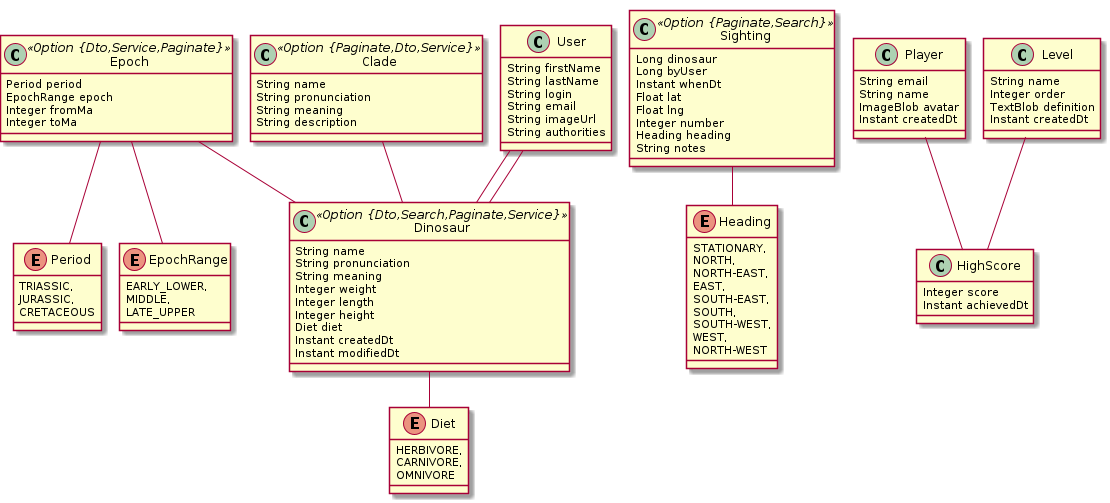
RatJuggler/jhipster-jdl keeps this PlantUML diagram as jhipster-microservice-dinosaurs.png. Above is the earlier version.
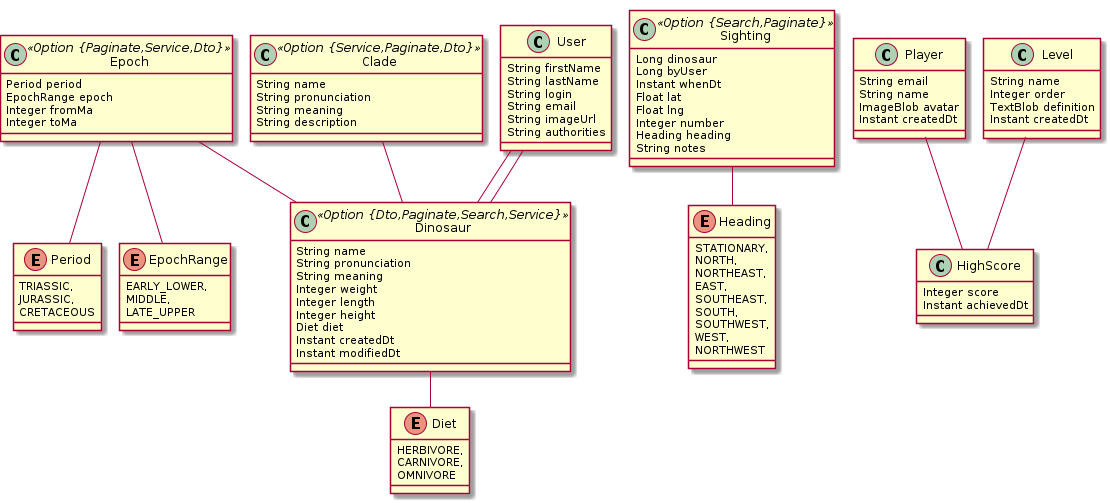
Above is the later version.

Commit message:
Correct Heading enums.

What changed in the source:
```diff
@@ -11,7 +11,7 @@
 		MIDDLE,
 		LATE_UPPER
 	}
-	class Epoch <<Option {Dto,Service,Paginate}>> {
+	class Epoch <<Option {Paginate,Service,Dto}>> {
 		Period period
 		EpochRange epoch
 		Integer fromMa
@@ -19,7 +19,7 @@
 	}
 	Epoch ..> Period
 	Epoch ..> EpochRange
-	class Clade <<Option {Paginate,Dto,Service}>> {
+	class Clade <<Option {Service,Paginate,Dto}>> {
 		String name
 		String pronunciation
 		String meaning
@@ -30,7 +30,7 @@
 		CARNIVORE,
 		OMNIVORE
 	}
-	class Dinosaur <<Option {Dto,Search,Paginate,Service}>> {
+	class Dinosaur <<Option {Dto,Paginate,Search,Service}>> {
 		String name
 		String pronunciation
 		String meaning
@@ -49,15 +49,15 @@
 	enum Heading {
 		STATIONARY,
 		NORTH,
-		NORTH-EAST,
+		NORTHEAST,
 		EAST,
-		SOUTH-EAST,
+		SOUTHEAST,
 		SOUTH,
-		SOUTH-WEST,
+		SOUTHWEST,
 		WEST,
-		NORTH-WEST
+		NORTHWEST
 	}
-	class Sighting <<Option {Paginate,Search}>> {
+	class Sighting <<Option {Search,Paginate}>> {
 		Long dinosaur
 		Long byUser
 		Instant whenDt
```
